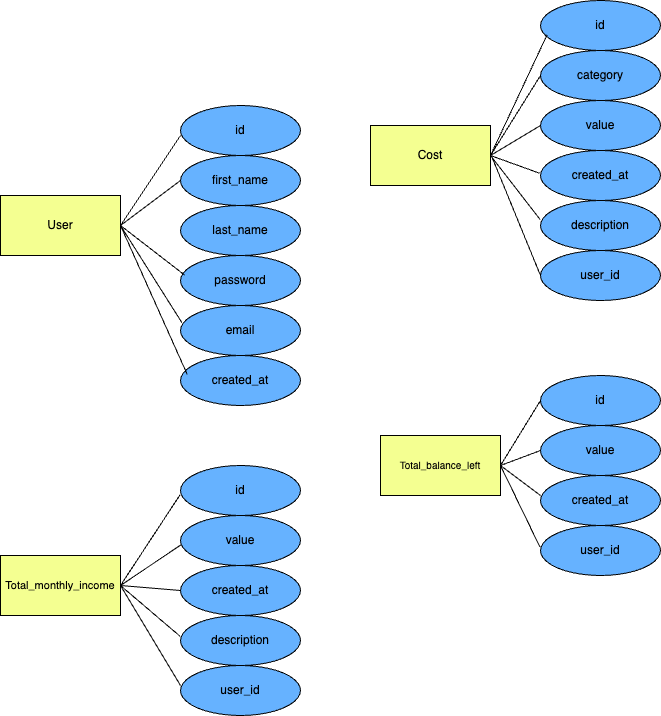
The draw.io diagram erD.drawio.png in ulanalimzhan/er, before a commit. Source tidied: cells renumbered, new cells last; positions are measured from the earlier drawing's top-left corner, leaving out a move shared by most shapes.
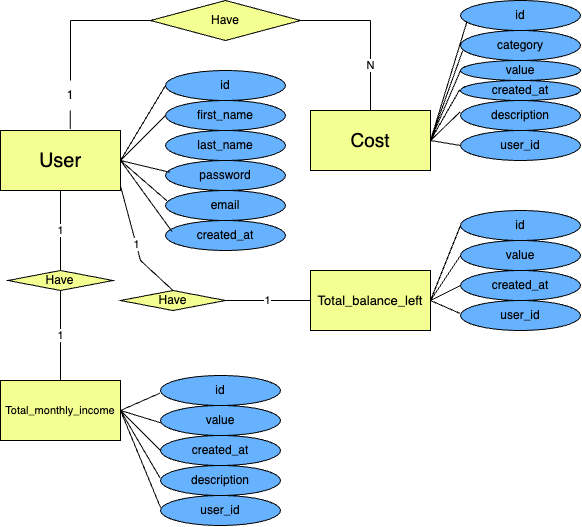
Above is the later version.

The edit, as a diff of the source:
```diff
@@ -2,28 +2,26 @@
   <root>
     <mxCell id="0" />
     <mxCell id="1" parent="0" />
-    <mxCell id="2" value="User" style="rounded=0;whiteSpace=wrap;html=1;fillColor=light-dark(#F4FF91,var(--ge-dark-color, #121212));" parent="1" vertex="1">
-      <mxGeometry y="195" width="120" height="60" as="geometry" />
+    <mxCell id="2" value="User" style="rounded=0;whiteSpace=wrap;html=1;fillColor=light-dark(#F4FF91,var(--ge-dark-color, #121212));fontSize=20;" parent="1" vertex="1">
+      <mxGeometry y="95" width="120" height="60" as="geometry" />
     </mxCell>
     <mxCell id="3" value="id" style="ellipse;whiteSpace=wrap;html=1;fillColor=light-dark(#66B2FF,var(--ge-dark-color, #121212));" parent="1" vertex="1">
-      <mxGeometry x="180" y="105" width="120" height="50" as="geometry" />
+      <mxGeometry x="165" y="35" width="120" height="30" as="geometry" />
     </mxCell>
     <mxCell id="4" value="first_name" style="ellipse;whiteSpace=wrap;html=1;fillColor=light-dark(#66B2FF,var(--ge-dark-color, #121212));" parent="1" vertex="1">
-      <mxGeometry x="180" y="155" width="120" height="50" as="geometry" />
+      <mxGeometry x="165" y="65" width="120" height="30" as="geometry" />
     </mxCell>
     <mxCell id="5" style="edgeStyle=orthogonalEdgeStyle;rounded=0;orthogonalLoop=1;jettySize=auto;html=1;exitX=0.5;exitY=1;exitDx=0;exitDy=0;" parent="1" edge="1" source="4" target="4">
       <mxGeometry relative="1" as="geometry" />
     </mxCell>
     <mxCell id="6" value="password" style="ellipse;whiteSpace=wrap;html=1;fillColor=light-dark(#66B2FF,var(--ge-dark-color, #121212));" parent="1" vertex="1">
-      <mxGeometry x="180" y="255" width="120" height="50" as="geometry" />
+      <mxGeometry x="165" y="125" width="120" height="30" as="geometry" />
     </mxCell>
     <mxCell id="7" value="email" style="ellipse;whiteSpace=wrap;html=1;fillColor=light-dark(#66B2FF,var(--ge-dark-color, #121212));" parent="1" vertex="1">
-      <mxGeometry x="180" y="305" width="120" height="50" as="geometry" />
+      <mxGeometry x="165" y="155" width="120" height="30" as="geometry" />
     </mxCell>
-    <mxCell id="8" style="endArrow=none;html=1;rounded=0;exitX=1;exitY=0.5;exitDx=0;exitDy=0;" parent="1" edge="1" source="2">
-      <mxGeometry relative="1" as="geometry">
-        <mxPoint x="180" y="135" as="targetPoint" />
-      </mxGeometry>
+    <mxCell id="8" style="endArrow=none;html=1;rounded=0;exitX=1;exitY=0.5;exitDx=0;exitDy=0;entryX=0;entryY=0.5;entryDx=0;entryDy=0;" parent="1" edge="1" source="2" target="3">
+      <mxGeometry relative="1" as="geometry" />
     </mxCell>
     <mxCell id="9" style="endArrow=none;html=1;rounded=0;entryX=0;entryY=0.5;entryDx=0;entryDy=0;exitX=1;exitY=0.5;exitDx=0;exitDy=0;" parent="1" edge="1" source="2" target="4">
       <mxGeometry relative="1" as="geometry" />
@@ -34,40 +32,40 @@
     <mxCell id="11" style="endArrow=none;html=1;rounded=0;entryX=0.012;entryY=0.344;entryDx=0;entryDy=0;exitX=1;exitY=0.5;exitDx=0;exitDy=0;entryPerimeter=0;" parent="1" edge="1" source="2" target="7">
       <mxGeometry relative="1" as="geometry" />
     </mxCell>
-    <mxCell id="12" value="Cost" style="rounded=0;whiteSpace=wrap;html=1;fillColor=light-dark(#F4FF91,var(--ge-dark-color, #121212));" parent="1" vertex="1">
-      <mxGeometry x="370" y="125" width="120" height="60" as="geometry" />
+    <mxCell id="12" value="Cost" style="rounded=0;whiteSpace=wrap;html=1;fillColor=light-dark(#F4FF91,var(--ge-dark-color, #121212));fontSize=19;" parent="1" vertex="1">
+      <mxGeometry x="310" y="75" width="120" height="60" as="geometry" />
     </mxCell>
     <mxCell id="13" value="id" style="ellipse;whiteSpace=wrap;html=1;fillColor=light-dark(#66B2FF,var(--ge-dark-color, #121212));" parent="1" vertex="1">
-      <mxGeometry x="540" width="120" height="50" as="geometry" />
+      <mxGeometry x="460" y="-35" width="120" height="30" as="geometry" />
     </mxCell>
     <mxCell id="14" value="category" style="ellipse;whiteSpace=wrap;html=1;fillColor=light-dark(#66B2FF,var(--ge-dark-color, #121212));" parent="1" vertex="1">
-      <mxGeometry x="540" y="50" width="120" height="50" as="geometry" />
+      <mxGeometry x="460" y="-5" width="120" height="30" as="geometry" />
     </mxCell>
     <mxCell id="15" value="value" style="ellipse;whiteSpace=wrap;html=1;fillColor=light-dark(#66B2FF,var(--ge-dark-color, #121212));" parent="1" vertex="1">
-      <mxGeometry x="540" y="100" width="120" height="50" as="geometry" />
+      <mxGeometry x="460" y="25" width="120" height="20" as="geometry" />
     </mxCell>
     <mxCell id="16" value="created_at" style="ellipse;whiteSpace=wrap;html=1;fillColor=light-dark(#66B2FF,var(--ge-dark-color, #121212));" parent="1" vertex="1">
-      <mxGeometry x="540" y="150" width="120" height="50" as="geometry" />
+      <mxGeometry x="460" y="45" width="120" height="20" as="geometry" />
     </mxCell>
     <mxCell id="17" value="description" style="ellipse;whiteSpace=wrap;html=1;fillColor=light-dark(#66B2FF,var(--ge-dark-color, #121212));" parent="1" vertex="1">
-      <mxGeometry x="540" y="200" width="120" height="50" as="geometry" />
+      <mxGeometry x="460" y="65" width="120" height="30" as="geometry" />
     </mxCell>
     <mxCell id="18" value="last_name" style="ellipse;whiteSpace=wrap;html=1;fillColor=light-dark(#66B2FF,var(--ge-dark-color, #121212));" parent="1" vertex="1">
-      <mxGeometry x="180" y="205" width="120" height="50" as="geometry" />
+      <mxGeometry x="165" y="95" width="120" height="30" as="geometry" />
     </mxCell>
     <mxCell id="19" value="created_at" style="ellipse;whiteSpace=wrap;html=1;fillColor=light-dark(#66B2FF,var(--ge-dark-color, #121212));" parent="1" vertex="1">
-      <mxGeometry x="180" y="355" width="120" height="50" as="geometry" />
+      <mxGeometry x="165" y="185" width="120" height="30" as="geometry" />
     </mxCell>
     <mxCell id="20" style="endArrow=none;html=1;rounded=0;entryX=0.056;entryY=0.377;entryDx=0;entryDy=0;exitX=1;exitY=0.5;exitDx=0;exitDy=0;entryPerimeter=0;" parent="1" edge="1" source="2" target="19">
       <mxGeometry relative="1" as="geometry" />
     </mxCell>
     <mxCell id="21" value="user_id" style="ellipse;whiteSpace=wrap;html=1;fillColor=light-dark(#66B2FF,var(--ge-dark-color, #121212));" parent="1" vertex="1">
-      <mxGeometry x="540" y="250" width="120" height="50" as="geometry" />
+      <mxGeometry x="460" y="95" width="120" height="30" as="geometry" />
     </mxCell>
     <mxCell id="22" style="endArrow=none;html=1;rounded=0;entryX=0.055;entryY=0.686;entryDx=0;entryDy=0;entryPerimeter=0;exitX=1;exitY=0.5;exitDx=0;exitDy=0;" parent="1" edge="1" source="12" target="13">
       <mxGeometry relative="1" as="geometry" />
     </mxCell>
-    <mxCell id="23" style="endArrow=none;html=1;rounded=0;entryX=0;entryY=0.5;entryDx=0;entryDy=0;exitX=1;exitY=0.5;exitDx=0;exitDy=0;" parent="1" edge="1" source="12" target="14">
+    <mxCell id="23" style="endArrow=none;html=1;rounded=0;entryX=0.019;entryY=0.662;entryDx=0;entryDy=0;exitX=1;exitY=0.5;exitDx=0;exitDy=0;entryPerimeter=0;" parent="1" edge="1" source="12" target="14">
       <mxGeometry relative="1" as="geometry" />
     </mxCell>
     <mxCell id="24" style="endArrow=none;html=1;rounded=0;entryX=0;entryY=0.5;entryDx=0;entryDy=0;exitX=1;exitY=0.5;exitDx=0;exitDy=0;" parent="1" edge="1" source="12" target="15">
@@ -79,59 +77,50 @@
     <mxCell id="26" style="endArrow=none;html=1;rounded=0;entryX=-0.003;entryY=0.381;entryDx=0;entryDy=0;exitX=1;exitY=0.5;exitDx=0;exitDy=0;entryPerimeter=0;" parent="1" edge="1" source="12" target="17">
       <mxGeometry relative="1" as="geometry" />
     </mxCell>
-    <mxCell id="27" style="endArrow=none;html=1;rounded=0;entryX=0;entryY=0.5;entryDx=0;entryDy=0;" parent="1" edge="1" target="21">
-      <mxGeometry relative="1" as="geometry">
-        <mxPoint x="490" y="153" as="sourcePoint" />
-      </mxGeometry>
-    </mxCell>
-    <mxCell id="28" value="&lt;font style=&quot;font-size: 10px;&quot;&gt;Total_balance_left&lt;/font&gt;" style="rounded=0;whiteSpace=wrap;html=1;fillColor=light-dark(#F4FF91,var(--ge-dark-color, #121212));" parent="1" vertex="1">
-      <mxGeometry x="380" y="435" width="120" height="60" as="geometry" />
+    <mxCell id="28" value="&lt;font&gt;Total_balance_left&lt;/font&gt;" style="rounded=0;whiteSpace=wrap;html=1;fillColor=light-dark(#F4FF91,var(--ge-dark-color, #121212));fontSize=13;" parent="1" vertex="1">
+      <mxGeometry x="310" y="235" width="120" height="60" as="geometry" />
     </mxCell>
     <mxCell id="29" value="&lt;font style=&quot;font-size: 11px;&quot;&gt;Total_monthly_income&lt;/font&gt;" style="rounded=0;whiteSpace=wrap;html=1;fillColor=light-dark(#F4FF91,var(--ge-dark-color, #121212));" parent="1" vertex="1">
-      <mxGeometry y="555" width="120" height="60" as="geometry" />
+      <mxGeometry y="345" width="120" height="60" as="geometry" />
     </mxCell>
     <mxCell id="30" value="id" style="ellipse;whiteSpace=wrap;html=1;fillColor=light-dark(#66B2FF,var(--ge-dark-color, #121212));" parent="1" vertex="1">
-      <mxGeometry x="540" y="375" width="120" height="50" as="geometry" />
+      <mxGeometry x="460" y="175" width="120" height="30" as="geometry" />
     </mxCell>
     <mxCell id="31" value="value" style="ellipse;whiteSpace=wrap;html=1;fillColor=light-dark(#66B2FF,var(--ge-dark-color, #121212));" parent="1" vertex="1">
-      <mxGeometry x="540" y="425" width="120" height="50" as="geometry" />
+      <mxGeometry x="460" y="205" width="120" height="30" as="geometry" />
     </mxCell>
     <mxCell id="32" value="created_at" style="ellipse;whiteSpace=wrap;html=1;fillColor=light-dark(#66B2FF,var(--ge-dark-color, #121212));" parent="1" vertex="1">
-      <mxGeometry x="540" y="475" width="120" height="50" as="geometry" />
+      <mxGeometry x="460" y="235" width="120" height="30" as="geometry" />
     </mxCell>
     <mxCell id="33" value="user_id" style="ellipse;whiteSpace=wrap;html=1;fillColor=light-dark(#66B2FF,var(--ge-dark-color, #121212));" parent="1" vertex="1">
-      <mxGeometry x="540" y="525" width="120" height="50" as="geometry" />
+      <mxGeometry x="460" y="265" width="120" height="30" as="geometry" />
     </mxCell>
     <mxCell id="34" style="endArrow=none;html=1;rounded=0;entryX=0;entryY=0.5;entryDx=0;entryDy=0;exitX=1;exitY=0.5;exitDx=0;exitDy=0;" parent="1" edge="1" source="28" target="30">
       <mxGeometry relative="1" as="geometry" />
     </mxCell>
-    <mxCell id="35" style="endArrow=none;html=1;rounded=0;entryX=0;entryY=0.5;entryDx=0;entryDy=0;" parent="1" edge="1" target="31">
-      <mxGeometry relative="1" as="geometry">
-        <mxPoint x="500" y="465" as="sourcePoint" />
-      </mxGeometry>
+    <mxCell id="35" style="endArrow=none;html=1;rounded=0;entryX=0;entryY=0.5;entryDx=0;entryDy=0;exitX=1;exitY=0.5;exitDx=0;exitDy=0;" parent="1" edge="1" source="28" target="31">
+      <mxGeometry relative="1" as="geometry" />
     </mxCell>
-    <mxCell id="36" style="endArrow=none;html=1;rounded=0;exitX=1;exitY=0.5;exitDx=0;exitDy=0;" parent="1" edge="1" source="28">
-      <mxGeometry relative="1" as="geometry">
-        <mxPoint x="540" y="495" as="targetPoint" />
-      </mxGeometry>
+    <mxCell id="36" style="endArrow=none;html=1;rounded=0;exitX=1;exitY=0.5;exitDx=0;exitDy=0;entryX=0;entryY=0.5;entryDx=0;entryDy=0;" parent="1" edge="1" source="28" target="32">
+      <mxGeometry relative="1" as="geometry" />
     </mxCell>
     <mxCell id="37" style="endArrow=none;html=1;rounded=0;entryX=-0.005;entryY=0.429;entryDx=0;entryDy=0;exitX=1;exitY=0.5;exitDx=0;exitDy=0;entryPerimeter=0;" parent="1" edge="1" source="28" target="33">
       <mxGeometry relative="1" as="geometry" />
     </mxCell>
     <mxCell id="38" value="id" style="ellipse;whiteSpace=wrap;html=1;fillColor=light-dark(#66B2FF,var(--ge-dark-color, #121212));" parent="1" vertex="1">
-      <mxGeometry x="180" y="465" width="120" height="50" as="geometry" />
+      <mxGeometry x="160" y="340" width="120" height="30" as="geometry" />
     </mxCell>
     <mxCell id="39" value="user_id" style="ellipse;whiteSpace=wrap;html=1;fillColor=light-dark(#66B2FF,var(--ge-dark-color, #121212));" parent="1" vertex="1">
-      <mxGeometry x="180" y="665" width="120" height="50" as="geometry" />
+      <mxGeometry x="160" y="460" width="120" height="30" as="geometry" />
     </mxCell>
     <mxCell id="40" value="value" style="ellipse;whiteSpace=wrap;html=1;fillColor=light-dark(#66B2FF,var(--ge-dark-color, #121212));" parent="1" vertex="1">
-      <mxGeometry x="180" y="515" width="120" height="50" as="geometry" />
+      <mxGeometry x="160" y="370" width="120" height="30" as="geometry" />
     </mxCell>
     <mxCell id="41" value="created_at" style="ellipse;whiteSpace=wrap;html=1;fillColor=light-dark(#66B2FF,var(--ge-dark-color, #121212));" parent="1" vertex="1">
-      <mxGeometry x="180" y="565" width="120" height="50" as="geometry" />
+      <mxGeometry x="160" y="400" width="120" height="30" as="geometry" />
     </mxCell>
     <mxCell id="42" value="description" style="ellipse;whiteSpace=wrap;html=1;fillColor=light-dark(#66B2FF,var(--ge-dark-color, #121212));" parent="1" vertex="1">
-      <mxGeometry x="180" y="615" width="120" height="50" as="geometry" />
+      <mxGeometry x="160" y="430" width="120" height="30" as="geometry" />
     </mxCell>
     <mxCell id="43" style="endArrow=none;html=1;rounded=0;entryX=-0.004;entryY=0.587;entryDx=0;entryDy=0;entryPerimeter=0;exitX=1;exitY=0.5;exitDx=0;exitDy=0;" parent="1" edge="1" source="29" target="38">
       <mxGeometry relative="1" as="geometry" />
@@ -145,10 +134,67 @@
     <mxCell id="46" style="endArrow=none;html=1;rounded=0;exitX=1;exitY=0.5;exitDx=0;exitDy=0;entryX=0;entryY=0.4;entryDx=0;entryDy=0;entryPerimeter=0;" parent="1" edge="1" source="29" target="39">
       <mxGeometry relative="1" as="geometry" />
     </mxCell>
-    <mxCell id="47" style="endArrow=none;html=1;rounded=0;entryX=0;entryY=0.5;entryDx=0;entryDy=0;" parent="1" edge="1" target="41">
-      <mxGeometry relative="1" as="geometry">
-        <mxPoint x="120" y="585" as="sourcePoint" />
-      </mxGeometry>
+    <mxCell id="47" style="endArrow=none;html=1;rounded=0;entryX=0;entryY=0.5;entryDx=0;entryDy=0;exitX=1;exitY=0.5;exitDx=0;exitDy=0;" parent="1" edge="1" source="29" target="41">
+      <mxGeometry relative="1" as="geometry" />
     </mxCell>
+    <mxCell id="48" value="Have" style="rhombus;whiteSpace=wrap;html=1;fillColor=light-dark(#F4FF91,var(--ge-dark-color, #121212));" parent="1" vertex="1">
+      <mxGeometry x="150" y="-35" width="150" height="40" as="geometry" />
+    </mxCell>
+    <mxCell id="49" style="endArrow=none;html=1;rounded=0;" parent="1" edge="1">
+      <mxGeometry relative="1" as="geometry">
+        <mxPoint x="70" y="45" as="sourcePoint" />
+        <mxPoint x="70" y="-15" as="targetPoint" />
+      </mxGeometry>
+    </mxCell>
+    <mxCell id="50" style="endArrow=none;html=1;rounded=0;entryX=0;entryY=0.5;entryDx=0;entryDy=0;" parent="1" edge="1" target="48">
+      <mxGeometry relative="1" as="geometry">
+        <mxPoint x="70" y="-15" as="sourcePoint" />
+      </mxGeometry>
+    </mxCell>
+    <mxCell id="51" style="endArrow=none;html=1;rounded=0;exitX=0.581;exitY=-0.027;exitDx=0;exitDy=0;exitPerimeter=0;" parent="1" edge="1" source="2" target="52">
+      <mxGeometry relative="1" as="geometry" />
+    </mxCell>
+    <mxCell id="52" value="1" style="text;strokeColor=none;align=center;fillColor=none;html=1;verticalAlign=middle;whiteSpace=wrap;rounded=0;" parent="1" vertex="1">
+      <mxGeometry x="40" y="45" width="60" height="30" as="geometry" />
+    </mxCell>
+    <mxCell id="53" value="N" style="endArrow=none;html=1;rounded=0;" parent="1" edge="1">
+      <mxGeometry relative="1" as="geometry">
+        <mxPoint x="370" y="75" as="sourcePoint" />
+        <mxPoint x="370" y="-15" as="targetPoint" />
+      </mxGeometry>
+    </mxCell>
+    <mxCell id="54" style="endArrow=none;html=1;rounded=0;exitX=1;exitY=0.5;exitDx=0;exitDy=0;" parent="1" edge="1" source="48">
+      <mxGeometry relative="1" as="geometry">
+        <mxPoint x="370" y="-15" as="targetPoint" />
+      </mxGeometry>
+    </mxCell>
+    <mxCell id="55" style="endArrow=none;html=1;rounded=0;entryX=0;entryY=0.5;entryDx=0;entryDy=0;" parent="1" edge="1" target="21">
+      <mxGeometry relative="1" as="geometry">
+        <mxPoint x="430" y="105" as="sourcePoint" />
+      </mxGeometry>
+    </mxCell>
+    <mxCell id="56" value="Have" style="rhombus;whiteSpace=wrap;html=1;fillColor=light-dark(#F4FF91,var(--ge-dark-color, #121212));" parent="1" vertex="1">
+      <mxGeometry x="7.5" y="235" width="105" height="20" as="geometry" />
+    </mxCell>
+    <mxCell id="57" value="1" style="endArrow=none;html=1;rounded=0;entryX=0.5;entryY=1;entryDx=0;entryDy=0;exitX=0.5;exitY=0;exitDx=0;exitDy=0;" parent="1" edge="1" source="29" target="56">
+      <mxGeometry relative="1" as="geometry" />
+    </mxCell>
+    <mxCell id="58" value="1" style="endArrow=none;html=1;rounded=0;entryX=0.5;entryY=1;entryDx=0;entryDy=0;exitX=0.5;exitY=0;exitDx=0;exitDy=0;" parent="1" edge="1" source="56" target="2">
+      <mxGeometry relative="1" as="geometry" />
+    </mxCell>
+    <mxCell id="59" value="Have" style="rhombus;whiteSpace=wrap;html=1;fillColor=light-dark(#F4FF91,var(--ge-dark-color, #121212));" parent="1" vertex="1">
+      <mxGeometry x="120" y="255" width="105" height="20" as="geometry" />
+    </mxCell>
+    <mxCell id="60" value="1" style="endArrow=none;html=1;rounded=0;exitX=0.5;exitY=0;exitDx=0;exitDy=0;entryX=1;entryY=1;entryDx=0;entryDy=0;" parent="1" edge="1" source="59">
+      <mxGeometry relative="1" as="geometry">
+        <mxPoint x="120" y="150.5" as="targetPoint" />
+        <Array as="points">
+          <mxPoint x="140" y="225" />
+        </Array>
+      </mxGeometry>
+    </mxCell>
+    <mxCell id="61" value="1" style="endArrow=none;html=1;rounded=0;exitX=1;exitY=0.5;exitDx=0;exitDy=0;entryX=0;entryY=0.5;entryDx=0;entryDy=0;" parent="1" edge="1" source="59" target="28">
+      <mxGeometry relative="1" as="geometry" />
+    </mxCell>
   </root>
 </mxGraphModel>
```
